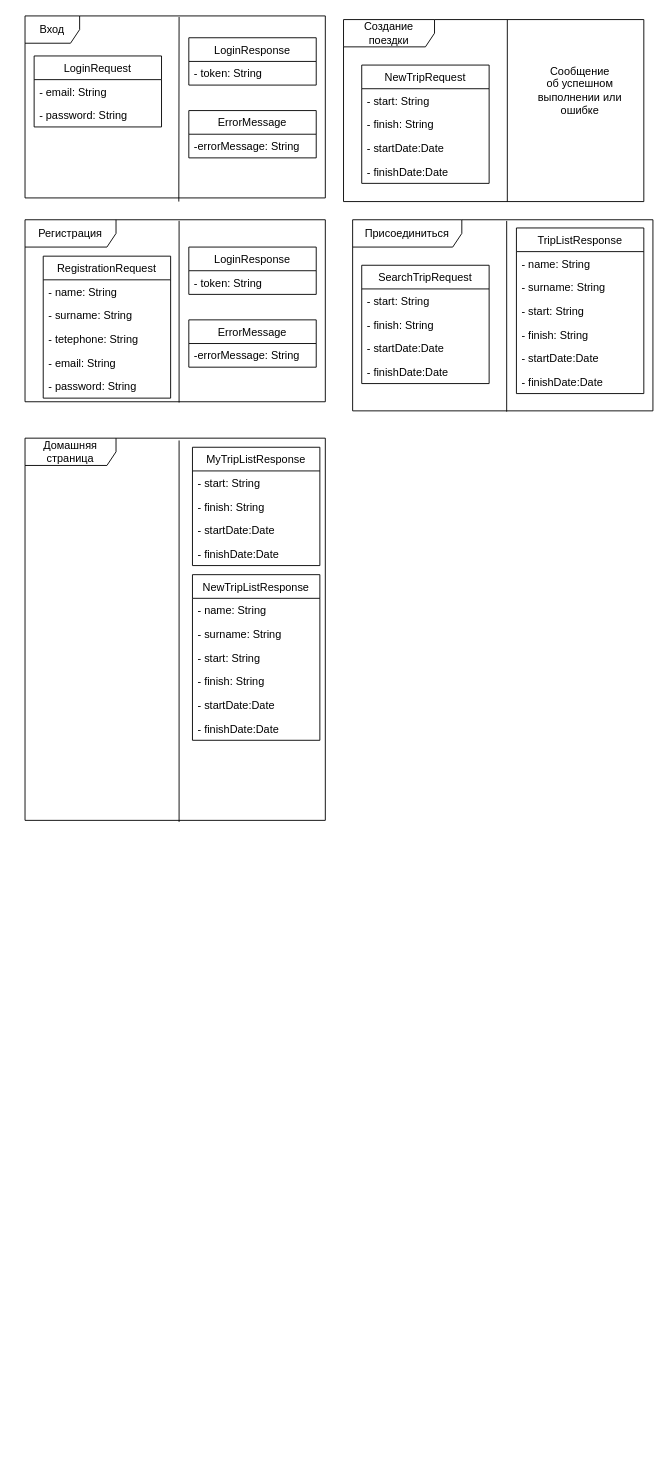
The draw.io diagram Docs/данные.drawio in AlisaBugaeva/Poputchiki, before the edit. Source tidied: cells renumbered, new cells numbered last; positions are measured from the earlier drawing's top-left corner, leaving out a move shared by most shapes. Both pictures are drawn from the tidied source at 91%, with x=0, y=0 at pixel (25, 15).
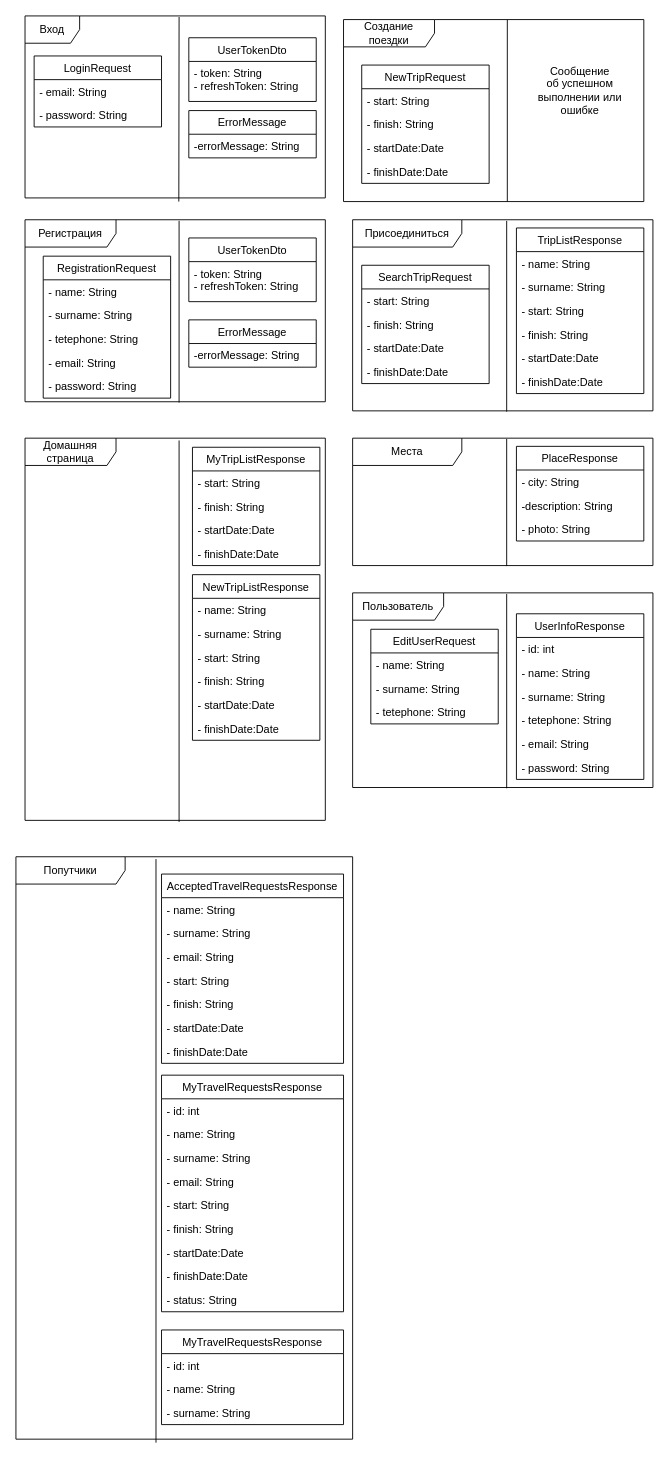
After the change.

Diff of the diagram source:
```diff
@@
-    <mxCell id="51" value="LoginResponse" style="swimlane;fontStyle=0;horizontal=1;startSize=26;fillColor=none;" parent="1" vertex="1">
-      <mxGeometry x="180" y="24" width="140" height="52" as="geometry" />
+    <mxCell id="51" value="UserTokenDto" style="swimlane;fontStyle=0;horizontal=1;startSize=26;fillColor=none;" parent="1" vertex="1">
+      <mxGeometry x="180" y="24" width="140" height="70" as="geometry" />
     </mxCell>
-    <mxCell id="52" value="- token: String" style="text;strokeColor=none;fillColor=none;align=left;verticalAlign=top;spacingLeft=4;spacingRight=4;overflow=hidden;" parent="51" vertex="1">
-      <mxGeometry y="26" width="140" height="26" as="geometry" />
+    <mxCell id="52" value="- token: String&#10;- refreshToken: String" style="text;strokeColor=none;fillColor=none;align=left;verticalAlign=top;spacingLeft=4;spacingRight=4;overflow=hidden;" parent="51" vertex="1">
+      <mxGeometry y="26" width="140" height="44" as="geometry" />
     </mxCell>
@@
-    <mxCell id="55" value="LoginResponse" style="swimlane;fontStyle=0;horizontal=1;startSize=26;fillColor=none;" parent="1" vertex="1">
-      <mxGeometry x="180" y="254" width="140" height="52" as="geometry" />
-    </mxCell>
-    <mxCell id="56" value="- token: String" style="text;strokeColor=none;fillColor=none;align=left;verticalAlign=top;spacingLeft=4;spacingRight=4;overflow=hidden;" parent="55" vertex="1">
-      <mxGeometry y="26" width="140" height="26" as="geometry" />
-    </mxCell>
@@
+    <mxCell id="59" value="UserTokenDto" style="swimlane;fontStyle=0;horizontal=1;startSize=26;fillColor=none;" parent="1" vertex="1">
+      <mxGeometry x="180" y="244" width="140" height="70" as="geometry" />
+    </mxCell>
+    <mxCell id="60" value="- token: String&#10;- refreshToken: String" style="text;strokeColor=none;fillColor=none;align=left;verticalAlign=top;spacingLeft=4;spacingRight=4;overflow=hidden;" parent="59" vertex="1">
+      <mxGeometry y="26" width="140" height="44" as="geometry" />
+    </mxCell>
+    <mxCell id="61" value="Места" style="shape=umlFrame;whiteSpace=wrap;html=1;width=120;height=30;" parent="1" vertex="1">
+      <mxGeometry x="360" y="464" width="330" height="140" as="geometry" />
+    </mxCell>
+    <mxCell id="62" style="endArrow=none;html=1;rounded=0;entryX=0.513;entryY=0.006;entryDx=0;entryDy=0;entryPerimeter=0;exitX=0.513;exitY=1.004;exitDx=0;exitDy=0;exitPerimeter=0;" parent="1" edge="1" source="61" target="61">
+      <mxGeometry relative="1" as="geometry" />
+    </mxCell>
+    <mxCell id="63" value="PlaceResponse" style="swimlane;fontStyle=0;horizontal=1;startSize=26;fillColor=none;" parent="1" vertex="1">
+      <mxGeometry x="540" y="473" width="140" height="104" as="geometry" />
+    </mxCell>
+    <mxCell id="64" value="- city: String" style="text;strokeColor=none;fillColor=none;align=left;verticalAlign=top;spacingLeft=4;spacingRight=4;overflow=hidden;" parent="63" vertex="1">
+      <mxGeometry y="26" width="140" height="26" as="geometry" />
+    </mxCell>
+    <mxCell id="65" value="-description: String" style="text;strokeColor=none;fillColor=none;align=left;verticalAlign=top;spacingLeft=4;spacingRight=4;overflow=hidden;" parent="63" vertex="1">
+      <mxGeometry y="52" width="140" height="26" as="geometry" />
+    </mxCell>
+    <mxCell id="66" value="- photo: String" style="text;strokeColor=none;fillColor=none;align=left;verticalAlign=top;spacingLeft=4;spacingRight=4;overflow=hidden;" parent="63" vertex="1">
+      <mxGeometry y="78" width="140" height="26" as="geometry" />
+    </mxCell>
+    <mxCell id="67" value="Попутчики" style="shape=umlFrame;whiteSpace=wrap;html=1;width=120;height=30;" parent="1" vertex="1">
+      <mxGeometry x="-10" y="924" width="370" height="640" as="geometry" />
+    </mxCell>
+    <mxCell id="68" style="endArrow=none;html=1;rounded=0;entryX=0.416;entryY=0.004;entryDx=0;entryDy=0;entryPerimeter=0;exitX=0.416;exitY=1.006;exitDx=0;exitDy=0;exitPerimeter=0;" parent="1" edge="1" source="67" target="67">
+      <mxGeometry relative="1" as="geometry" />
+    </mxCell>
+    <mxCell id="69" value="AcceptedTravelRequestsResponse" style="swimlane;fontStyle=0;horizontal=1;startSize=26;fillColor=none;" parent="1" vertex="1">
+      <mxGeometry x="150" y="943" width="200" height="208" as="geometry" />
+    </mxCell>
+    <mxCell id="70" value="- name: String" style="text;strokeColor=none;fillColor=none;align=left;verticalAlign=top;spacingLeft=4;spacingRight=4;overflow=hidden;" parent="69" vertex="1">
+      <mxGeometry y="26" width="200" height="26" as="geometry" />
+    </mxCell>
+    <mxCell id="71" value="- surname: String" style="text;strokeColor=none;fillColor=none;align=left;verticalAlign=top;spacingLeft=4;spacingRight=4;overflow=hidden;" parent="69" vertex="1">
+      <mxGeometry y="52" width="200" height="26" as="geometry" />
+    </mxCell>
+    <mxCell id="72" value="- email: String" style="text;strokeColor=none;fillColor=none;align=left;verticalAlign=top;spacingLeft=4;spacingRight=4;overflow=hidden;" parent="69" vertex="1">
+      <mxGeometry y="78" width="200" height="26" as="geometry" />
+    </mxCell>
+    <mxCell id="73" value="- start: String" style="text;strokeColor=none;fillColor=none;align=left;verticalAlign=top;spacingLeft=4;spacingRight=4;overflow=hidden;" parent="69" vertex="1">
+      <mxGeometry y="104" width="200" height="26" as="geometry" />
+    </mxCell>
+    <mxCell id="74" value="- finish: String" style="text;strokeColor=none;fillColor=none;align=left;verticalAlign=top;spacingLeft=4;spacingRight=4;overflow=hidden;" parent="69" vertex="1">
+      <mxGeometry y="130" width="200" height="26" as="geometry" />
+    </mxCell>
+    <mxCell id="75" value="- startDate:Date" style="text;strokeColor=none;fillColor=none;align=left;verticalAlign=top;spacingLeft=4;spacingRight=4;overflow=hidden;" parent="69" vertex="1">
+      <mxGeometry y="156" width="200" height="26" as="geometry" />
+    </mxCell>
+    <mxCell id="76" value="- finishDate:Date" style="text;strokeColor=none;fillColor=none;align=left;verticalAlign=top;spacingLeft=4;spacingRight=4;overflow=hidden;" parent="69" vertex="1">
+      <mxGeometry y="182" width="200" height="26" as="geometry" />
+    </mxCell>
+    <mxCell id="77" value="MyTravelRequestsResponse" style="swimlane;fontStyle=0;horizontal=1;startSize=26;fillColor=none;" parent="1" vertex="1">
+      <mxGeometry x="150" y="1164" width="200" height="260" as="geometry" />
+    </mxCell>
+    <mxCell id="78" value="- id: int" style="text;strokeColor=none;fillColor=none;align=left;verticalAlign=top;spacingLeft=4;spacingRight=4;overflow=hidden;" parent="77" vertex="1">
+      <mxGeometry y="26" width="200" height="26" as="geometry" />
+    </mxCell>
+    <mxCell id="79" value="- name: String" style="text;strokeColor=none;fillColor=none;align=left;verticalAlign=top;spacingLeft=4;spacingRight=4;overflow=hidden;" parent="77" vertex="1">
+      <mxGeometry y="52" width="200" height="26" as="geometry" />
+    </mxCell>
+    <mxCell id="80" value="- surname: String" style="text;strokeColor=none;fillColor=none;align=left;verticalAlign=top;spacingLeft=4;spacingRight=4;overflow=hidden;" parent="77" vertex="1">
+      <mxGeometry y="78" width="200" height="26" as="geometry" />
+    </mxCell>
+    <mxCell id="81" value="- email: String" style="text;strokeColor=none;fillColor=none;align=left;verticalAlign=top;spacingLeft=4;spacingRight=4;overflow=hidden;" parent="77" vertex="1">
+      <mxGeometry y="104" width="200" height="26" as="geometry" />
+    </mxCell>
+    <mxCell id="82" value="- start: String" style="text;strokeColor=none;fillColor=none;align=left;verticalAlign=top;spacingLeft=4;spacingRight=4;overflow=hidden;" parent="77" vertex="1">
+      <mxGeometry y="130" width="200" height="26" as="geometry" />
+    </mxCell>
+    <mxCell id="83" value="- finish: String" style="text;strokeColor=none;fillColor=none;align=left;verticalAlign=top;spacingLeft=4;spacingRight=4;overflow=hidden;" parent="77" vertex="1">
+      <mxGeometry y="156" width="200" height="26" as="geometry" />
+    </mxCell>
+    <mxCell id="84" value="- startDate:Date" style="text;strokeColor=none;fillColor=none;align=left;verticalAlign=top;spacingLeft=4;spacingRight=4;overflow=hidden;" parent="77" vertex="1">
+      <mxGeometry y="182" width="200" height="26" as="geometry" />
+    </mxCell>
+    <mxCell id="85" value="- finishDate:Date" style="text;strokeColor=none;fillColor=none;align=left;verticalAlign=top;spacingLeft=4;spacingRight=4;overflow=hidden;" parent="77" vertex="1">
+      <mxGeometry y="208" width="200" height="26" as="geometry" />
+    </mxCell>
+    <mxCell id="86" value="- status: String" style="text;strokeColor=none;fillColor=none;align=left;verticalAlign=top;spacingLeft=4;spacingRight=4;overflow=hidden;" parent="77" vertex="1">
+      <mxGeometry y="234" width="200" height="26" as="geometry" />
+    </mxCell>
+    <mxCell id="87" value="MyTravelRequestsResponse" style="swimlane;fontStyle=0;horizontal=1;startSize=26;fillColor=none;" parent="1" vertex="1">
+      <mxGeometry x="150" y="1444" width="200" height="104" as="geometry" />
+    </mxCell>
+    <mxCell id="88" value="- id: int" style="text;strokeColor=none;fillColor=none;align=left;verticalAlign=top;spacingLeft=4;spacingRight=4;overflow=hidden;" parent="87" vertex="1">
+      <mxGeometry y="26" width="200" height="26" as="geometry" />
+    </mxCell>
+    <mxCell id="89" value="- name: String" style="text;strokeColor=none;fillColor=none;align=left;verticalAlign=top;spacingLeft=4;spacingRight=4;overflow=hidden;" parent="87" vertex="1">
+      <mxGeometry y="52" width="200" height="26" as="geometry" />
+    </mxCell>
+    <mxCell id="90" value="- surname: String" style="text;strokeColor=none;fillColor=none;align=left;verticalAlign=top;spacingLeft=4;spacingRight=4;overflow=hidden;" parent="87" vertex="1">
+      <mxGeometry y="78" width="200" height="26" as="geometry" />
+    </mxCell>
+    <mxCell id="91" value="Пользователь" style="shape=umlFrame;whiteSpace=wrap;html=1;width=100;height=30;" parent="1" vertex="1">
+      <mxGeometry x="360" y="634" width="330" height="213.9" as="geometry" />
+    </mxCell>
+    <mxCell id="92" value="EditUserRequest" style="swimlane;fontStyle=0;horizontal=1;startSize=26;fillColor=none;" parent="1" vertex="1">
+      <mxGeometry x="380" y="674" width="140" height="104" as="geometry" />
+    </mxCell>
+    <mxCell id="93" value="- name: String" style="text;strokeColor=none;fillColor=none;align=left;verticalAlign=top;spacingLeft=4;spacingRight=4;overflow=hidden;" parent="92" vertex="1">
+      <mxGeometry y="26" width="140" height="26" as="geometry" />
+    </mxCell>
+    <mxCell id="94" value="- surname: String" style="text;strokeColor=none;fillColor=none;align=left;verticalAlign=top;spacingLeft=4;spacingRight=4;overflow=hidden;" parent="92" vertex="1">
+      <mxGeometry y="52" width="140" height="26" as="geometry" />
+    </mxCell>
+    <mxCell id="95" value="- tetephone: String" style="text;strokeColor=none;fillColor=none;align=left;verticalAlign=top;spacingLeft=4;spacingRight=4;overflow=hidden;" parent="92" vertex="1">
+      <mxGeometry y="78" width="140" height="26" as="geometry" />
+    </mxCell>
+    <mxCell id="96" style="endArrow=none;html=1;rounded=0;entryX=0.513;entryY=0.006;entryDx=0;entryDy=0;entryPerimeter=0;exitX=0.513;exitY=1.004;exitDx=0;exitDy=0;exitPerimeter=0;" parent="1" edge="1" source="91" target="91">
+      <mxGeometry relative="1" as="geometry" />
+    </mxCell>
+    <mxCell id="97" value="UserInfoResponse" style="swimlane;fontStyle=0;horizontal=1;startSize=26;fillColor=none;" parent="1" vertex="1">
+      <mxGeometry x="540" y="657" width="140" height="182" as="geometry" />
+    </mxCell>
+    <mxCell id="98" value="- id: int" style="text;strokeColor=none;fillColor=none;align=left;verticalAlign=top;spacingLeft=4;spacingRight=4;overflow=hidden;" parent="97" vertex="1">
+      <mxGeometry y="26" width="140" height="26" as="geometry" />
+    </mxCell>
+    <mxCell id="99" value="- name: String" style="text;strokeColor=none;fillColor=none;align=left;verticalAlign=top;spacingLeft=4;spacingRight=4;overflow=hidden;" parent="97" vertex="1">
+      <mxGeometry y="52" width="140" height="26" as="geometry" />
+    </mxCell>
+    <mxCell id="100" value="- surname: String" style="text;strokeColor=none;fillColor=none;align=left;verticalAlign=top;spacingLeft=4;spacingRight=4;overflow=hidden;" parent="97" vertex="1">
+      <mxGeometry y="78" width="140" height="26" as="geometry" />
+    </mxCell>
+    <mxCell id="101" value="- tetephone: String" style="text;strokeColor=none;fillColor=none;align=left;verticalAlign=top;spacingLeft=4;spacingRight=4;overflow=hidden;" parent="97" vertex="1">
+      <mxGeometry y="104" width="140" height="26" as="geometry" />
+    </mxCell>
+    <mxCell id="102" value="- email: String" style="text;strokeColor=none;fillColor=none;align=left;verticalAlign=top;spacingLeft=4;spacingRight=4;overflow=hidden;" parent="97" vertex="1">
+      <mxGeometry y="130" width="140" height="26" as="geometry" />
+    </mxCell>
+    <mxCell id="103" value="- password: String" style="text;strokeColor=none;fillColor=none;align=left;verticalAlign=top;spacingLeft=4;spacingRight=4;overflow=hidden;" parent="97" vertex="1">
+      <mxGeometry y="156" width="140" height="26" as="geometry" />
+    </mxCell>
```
